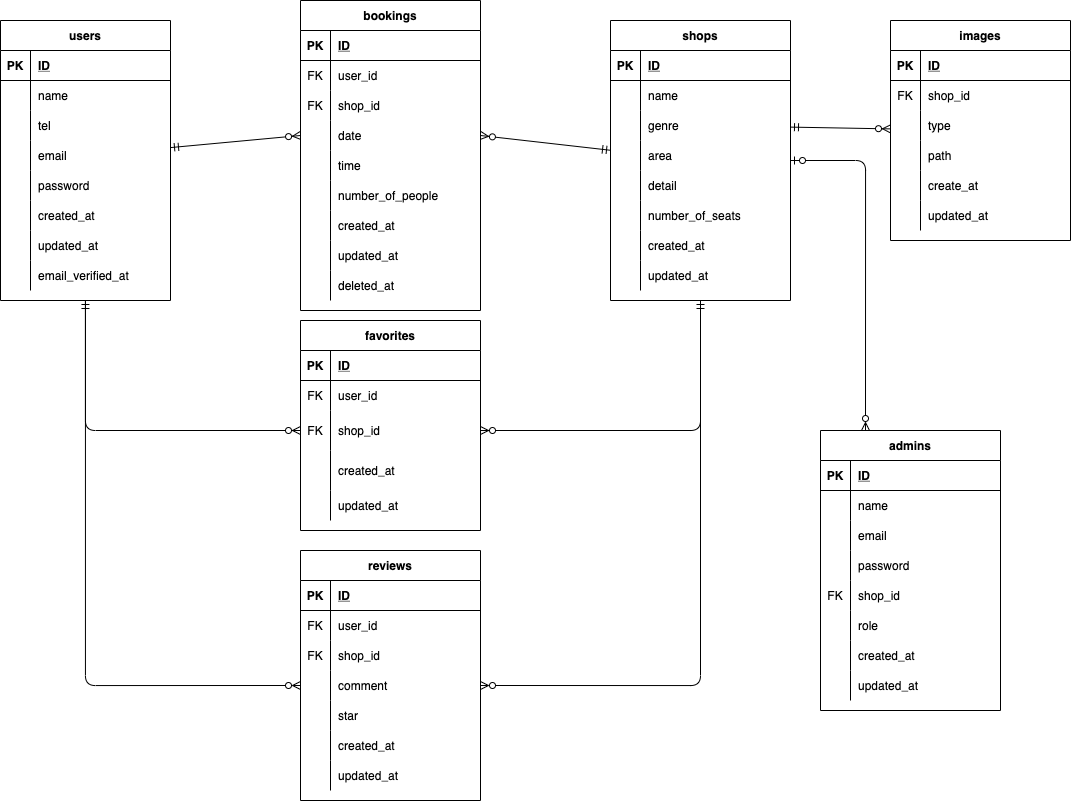
Before: rese.drawio.png, a diagram exported from draw.io (yskikuchi/resepj). Source tidied: cells renumbered, new cells last; positions are measured from the earlier drawing's top-left corner, leaving out a move shared by most shapes.
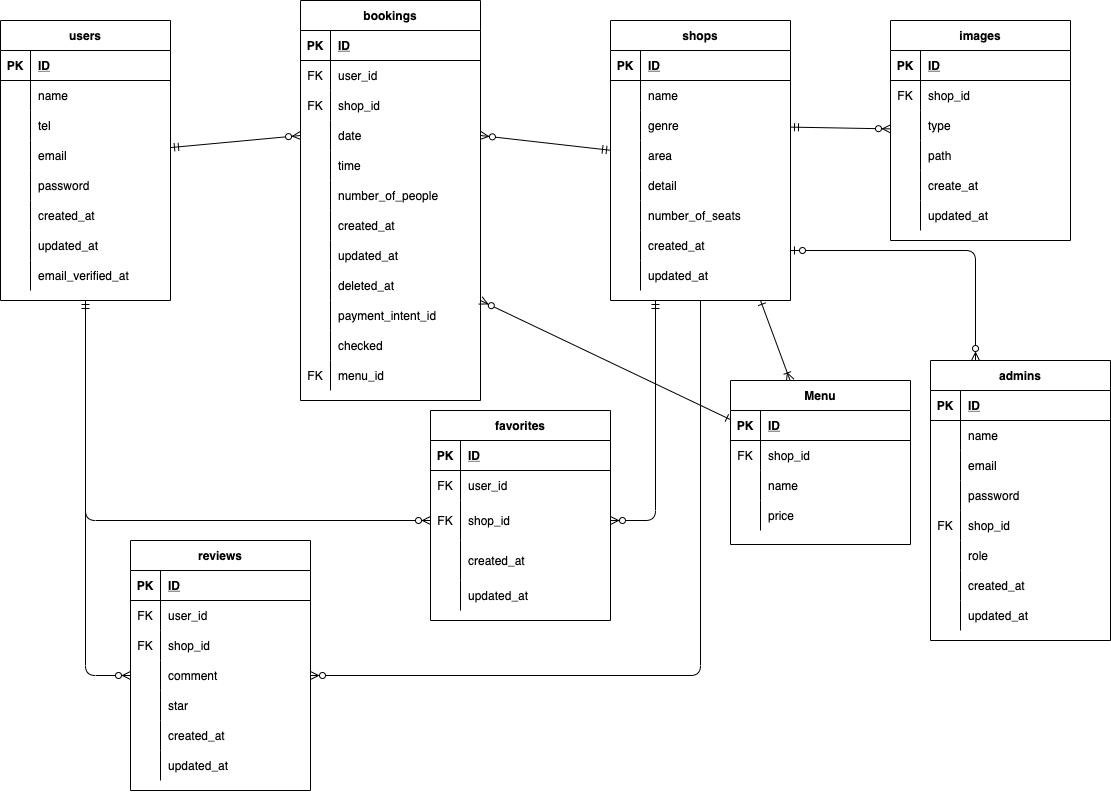
After the change.

Commit message:
READMEにHerokuのアップ方法を追記

Diff of the diagram source:
```diff
@@ -86,14 +86,18 @@
     <mxCell id="29" style="edgeStyle=none;html=1;entryX=1;entryY=0.5;entryDx=0;entryDy=0;startArrow=ERmandOne;startFill=0;endArrow=ERzeroToMany;endFill=1;" parent="1" edge="1" source="33" target="68">
       <mxGeometry relative="1" as="geometry" />
     </mxCell>
-    <mxCell id="30" style="edgeStyle=orthogonalEdgeStyle;html=1;entryX=1;entryY=0.5;entryDx=0;entryDy=0;startArrow=ERmandOne;startFill=0;endArrow=ERzeroToMany;endFill=1;" parent="1" edge="1" source="33" target="93">
+    <mxCell id="30" style="edgeStyle=orthogonalEdgeStyle;html=1;entryX=1;entryY=0.5;entryDx=0;entryDy=0;startArrow=ERmandOne;startFill=0;endArrow=ERzeroToMany;endFill=1;exitX=0.25;exitY=1;exitDx=0;exitDy=0;" parent="1" edge="1" source="33" target="93">
       <mxGeometry relative="1" as="geometry" />
     </mxCell>
     <mxCell id="31" style="edgeStyle=orthogonalEdgeStyle;html=1;entryX=1;entryY=0.5;entryDx=0;entryDy=0;endArrow=ERzeroToMany;endFill=0;" parent="1" edge="1" source="33" target="133">
       <mxGeometry relative="1" as="geometry" />
     </mxCell>
     <mxCell id="32" style="edgeStyle=orthogonalEdgeStyle;html=1;entryX=0.25;entryY=0;entryDx=0;entryDy=0;endArrow=ERzeroToMany;endFill=0;startArrow=ERzeroToOne;startFill=0;" parent="1" edge="1" source="33" target="145">
-      <mxGeometry relative="1" as="geometry" />
+      <mxGeometry relative="1" as="geometry">
+        <Array as="points">
+          <mxPoint x="975" y="250" />
+        </Array>
+      </mxGeometry>
     </mxCell>
     <mxCell id="33" value="shops" style="shape=table;startSize=30;rowLines=0;fontStyle=1;align=center;" parent="1" vertex="1">
       <mxGeometry x="610" y="20" width="180" height="280" as="geometry" />
@@ -171,7 +175,7 @@
       <mxGeometry x="30" width="150" height="30" as="geometry" />
     </mxCell>
     <mxCell id="58" value="bookings" style="shape=table;startSize=30;rowLines=0;fontStyle=1;align=center;" parent="1" vertex="1">
-      <mxGeometry x="300" width="180" height="310" as="geometry" />
+      <mxGeometry x="300" width="180" height="400" as="geometry" />
     </mxCell>
     <mxCell id="59" style="shape=partialRectangle;fillColor=none;top=0;left=0;bottom=1;right=0;" parent="58" vertex="1">
       <mxGeometry y="30" width="180" height="30" as="geometry" />
@@ -254,8 +258,35 @@
     <mxCell id="85" value="deleted_at" style="shape=partialRectangle;fillColor=none;top=0;left=0;bottom=0;right=0;align=left;spacingLeft=6;overflow=hidden;" parent="83" vertex="1">
       <mxGeometry x="30" width="150" height="30" as="geometry" />
     </mxCell>
+    <mxCell id="170" style="shape=partialRectangle;fillColor=none;top=0;left=0;bottom=0;right=0;" parent="58" vertex="1">
+      <mxGeometry y="300" width="180" height="30" as="geometry" />
+    </mxCell>
+    <mxCell id="171" style="shape=partialRectangle;fillColor=none;top=0;left=0;bottom=0;right=0;overflow=hidden;" parent="170" vertex="1">
+      <mxGeometry width="30" height="30" as="geometry" />
+    </mxCell>
+    <mxCell id="172" value="payment_intent_id" style="shape=partialRectangle;fillColor=none;top=0;left=0;bottom=0;right=0;align=left;spacingLeft=6;overflow=hidden;" parent="170" vertex="1">
+      <mxGeometry x="30" width="150" height="30" as="geometry" />
+    </mxCell>
+    <mxCell id="173" style="shape=partialRectangle;fillColor=none;top=0;left=0;bottom=0;right=0;" parent="58" vertex="1">
+      <mxGeometry y="330" width="180" height="30" as="geometry" />
+    </mxCell>
+    <mxCell id="174" style="shape=partialRectangle;fillColor=none;top=0;left=0;bottom=0;right=0;overflow=hidden;" parent="173" vertex="1">
+      <mxGeometry width="30" height="30" as="geometry" />
+    </mxCell>
+    <mxCell id="175" value="checked" style="shape=partialRectangle;fillColor=none;top=0;left=0;bottom=0;right=0;align=left;spacingLeft=6;overflow=hidden;" parent="173" vertex="1">
+      <mxGeometry x="30" width="150" height="30" as="geometry" />
+    </mxCell>
+    <mxCell id="176" style="shape=partialRectangle;fillColor=none;top=0;left=0;bottom=0;right=0;" parent="58" vertex="1">
+      <mxGeometry y="360" width="180" height="30" as="geometry" />
+    </mxCell>
+    <mxCell id="177" value="FK" style="shape=partialRectangle;fillColor=none;top=0;left=0;bottom=0;right=0;overflow=hidden;" parent="176" vertex="1">
+      <mxGeometry width="30" height="30" as="geometry" />
+    </mxCell>
+    <mxCell id="178" value="menu_id" style="shape=partialRectangle;fillColor=none;top=0;left=0;bottom=0;right=0;align=left;spacingLeft=6;overflow=hidden;" parent="176" vertex="1">
+      <mxGeometry x="30" width="150" height="30" as="geometry" />
+    </mxCell>
     <mxCell id="86" value="favorites" style="shape=table;startSize=30;rowLines=0;fontStyle=1;align=center;" parent="1" vertex="1">
-      <mxGeometry x="300" y="320" width="180" height="210" as="geometry" />
+      <mxGeometry x="430" y="410" width="180" height="210" as="geometry" />
     </mxCell>
     <mxCell id="87" style="shape=partialRectangle;fillColor=none;top=0;left=0;bottom=1;right=0;" parent="86" vertex="1">
       <mxGeometry y="30" width="180" height="30" as="geometry" />
@@ -366,7 +397,7 @@
       <mxGeometry x="30" width="150" height="30" as="geometry" />
     </mxCell>
     <mxCell id="123" value="reviews" style="shape=table;startSize=30;rowLines=0;fontStyle=1;align=center;" parent="1" vertex="1">
-      <mxGeometry x="300" y="550" width="180" height="250" as="geometry" />
+      <mxGeometry x="130" y="540" width="180" height="250" as="geometry" />
     </mxCell>
     <mxCell id="124" style="shape=partialRectangle;fillColor=none;top=0;left=0;bottom=1;right=0;" parent="123" vertex="1">
       <mxGeometry y="30" width="180" height="30" as="geometry" />
@@ -432,7 +463,7 @@
       <mxGeometry x="30" width="150" height="30" as="geometry" />
     </mxCell>
     <mxCell id="145" value="admins" style="shape=table;startSize=30;rowLines=0;fontStyle=1;align=center;" parent="1" vertex="1">
-      <mxGeometry x="820" y="430" width="180" height="280" as="geometry" />
+      <mxGeometry x="930" y="360" width="180" height="280" as="geometry" />
     </mxCell>
     <mxCell id="146" style="shape=partialRectangle;fillColor=none;top=0;left=0;bottom=1;right=0;" parent="145" vertex="1">
       <mxGeometry y="30" width="180" height="30" as="geometry" />
@@ -506,5 +537,54 @@
     <mxCell id="169" value="updated_at" style="shape=partialRectangle;fillColor=none;top=0;left=0;bottom=0;right=0;align=left;spacingLeft=6;overflow=hidden;" parent="167" vertex="1">
       <mxGeometry x="30" width="150" height="30" as="geometry" />
     </mxCell>
+    <mxCell id="179" style="html=1;startArrow=ERone;startFill=0;endArrow=ERzeroToMany;endFill=0;elbow=vertical;" parent="1" edge="1" source="181">
+      <mxGeometry relative="1" as="geometry">
+        <mxPoint x="480" y="300" as="targetPoint" />
+      </mxGeometry>
+    </mxCell>
+    <mxCell id="180" style="edgeStyle=none;html=1;startArrow=ERoneToMany;startFill=0;endArrow=ERone;endFill=0;elbow=vertical;" parent="1" edge="1" source="181">
+      <mxGeometry relative="1" as="geometry">
+        <mxPoint x="760" y="300" as="targetPoint" />
+      </mxGeometry>
+    </mxCell>
+    <mxCell id="181" value="Menu" style="shape=table;startSize=30;rowLines=0;fontStyle=1;align=center;" parent="1" vertex="1">
+      <mxGeometry x="730" y="380" width="180" height="164" as="geometry" />
+    </mxCell>
+    <mxCell id="182" style="shape=partialRectangle;fillColor=none;top=0;left=0;bottom=1;right=0;" parent="181" vertex="1">
+      <mxGeometry y="30" width="180" height="30" as="geometry" />
+    </mxCell>
+    <mxCell id="183" value="PK" style="shape=partialRectangle;fillColor=none;top=0;left=0;bottom=0;right=0;fontStyle=1;overflow=hidden;" parent="182" vertex="1">
+      <mxGeometry width="30" height="30" as="geometry" />
+    </mxCell>
+    <mxCell id="184" value="ID" style="shape=partialRectangle;fillColor=none;top=0;left=0;bottom=0;right=0;align=left;spacingLeft=6;fontStyle=5;overflow=hidden;" parent="182" vertex="1">
+      <mxGeometry x="30" width="150" height="30" as="geometry" />
+    </mxCell>
+    <mxCell id="185" style="shape=partialRectangle;fillColor=none;top=0;left=0;bottom=0;right=0;" parent="181" vertex="1">
+      <mxGeometry y="60" width="180" height="30" as="geometry" />
+    </mxCell>
+    <mxCell id="186" value="FK" style="shape=partialRectangle;fillColor=none;top=0;left=0;bottom=0;right=0;overflow=hidden;" parent="185" vertex="1">
+      <mxGeometry width="30" height="30" as="geometry" />
+    </mxCell>
+    <mxCell id="187" value="shop_id   " style="shape=partialRectangle;fillColor=none;top=0;left=0;bottom=0;right=0;align=left;spacingLeft=6;overflow=hidden;" parent="185" vertex="1">
+      <mxGeometry x="30" width="150" height="30" as="geometry" />
+    </mxCell>
+    <mxCell id="188" style="shape=partialRectangle;fillColor=none;top=0;left=0;bottom=0;right=0;" parent="181" vertex="1">
+      <mxGeometry y="90" width="180" height="30" as="geometry" />
+    </mxCell>
+    <mxCell id="189" style="shape=partialRectangle;fillColor=none;top=0;left=0;bottom=0;right=0;overflow=hidden;" parent="188" vertex="1">
+      <mxGeometry width="30" height="30" as="geometry" />
+    </mxCell>
+    <mxCell id="190" value="name" style="shape=partialRectangle;fillColor=none;top=0;left=0;bottom=0;right=0;align=left;spacingLeft=6;overflow=hidden;" parent="188" vertex="1">
+      <mxGeometry x="30" width="150" height="30" as="geometry" />
+    </mxCell>
+    <mxCell id="191" style="shape=partialRectangle;fillColor=none;top=0;left=0;bottom=0;right=0;" parent="181" vertex="1">
+      <mxGeometry y="120" width="180" height="30" as="geometry" />
+    </mxCell>
+    <mxCell id="192" style="shape=partialRectangle;fillColor=none;top=0;left=0;bottom=0;right=0;overflow=hidden;" parent="191" vertex="1">
+      <mxGeometry width="30" height="30" as="geometry" />
+    </mxCell>
+    <mxCell id="193" value="price" style="shape=partialRectangle;fillColor=none;top=0;left=0;bottom=0;right=0;align=left;spacingLeft=6;overflow=hidden;" parent="191" vertex="1">
+      <mxGeometry x="30" width="150" height="30" as="geometry" />
+    </mxCell>
   </root>
 </mxGraphModel>
```
